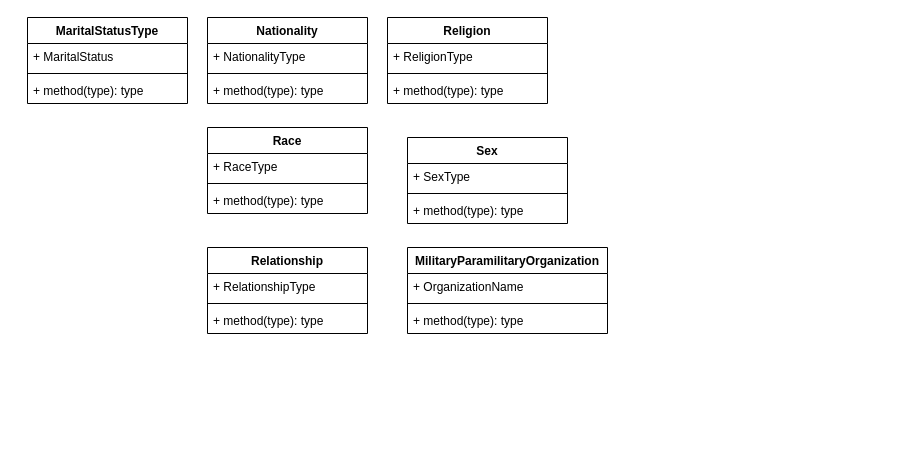
Above: GDFHrmsDesignDocs.drawio in ResearchAndDevelopmentSignal/GDFHRMSDesignDocs (draw.io), before the change. Source tidied: cells renumbered, new cells numbered last; positions are measured from the earlier drawing's top-left corner, leaving out a move shared by most shapes. Both pictures are drawn from the tidied source at 100%, with x=0, y=0 at pixel (27, 17).
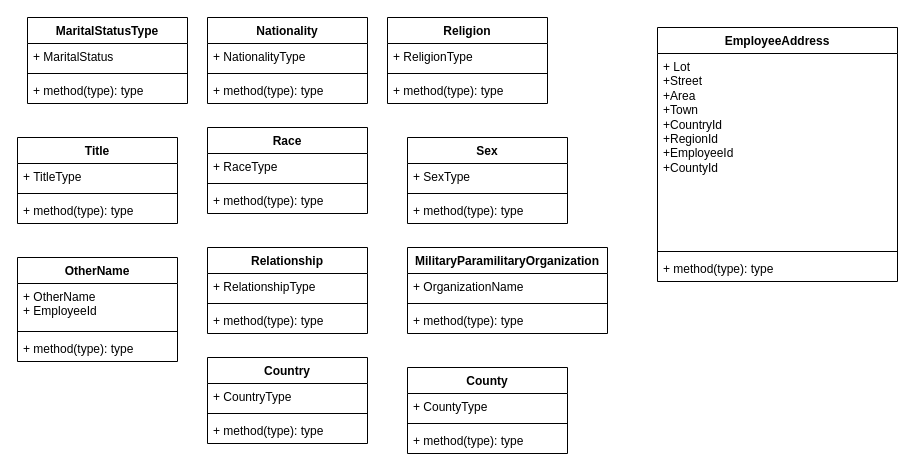
The same page after the edit.

Change to the diagram source:
```diff
@@
+    <mxCell id="30" value="Country" style="swimlane;fontStyle=1;align=center;verticalAlign=top;horizontal=1;startSize=26;whiteSpace=wrap;html=1;" parent="1" vertex="1">
+      <mxGeometry x="180" y="340" width="160" height="86" as="geometry" />
+    </mxCell>
+    <mxCell id="31" value="+ CountryType" style="text;strokeColor=none;fillColor=none;align=left;verticalAlign=top;spacingLeft=4;spacingRight=4;overflow=hidden;whiteSpace=wrap;html=1;" parent="30" vertex="1">
+      <mxGeometry y="26" width="160" height="26" as="geometry" />
+    </mxCell>
+    <mxCell id="32" style="line;strokeWidth=1;fillColor=none;align=left;verticalAlign=middle;spacingTop=-1;spacingLeft=3;spacingRight=3;labelPosition=right;strokeColor=inherit;" parent="30" vertex="1">
+      <mxGeometry y="52" width="160" height="8" as="geometry" />
+    </mxCell>
+    <mxCell id="33" value="+ method(type): type" style="text;strokeColor=none;fillColor=none;align=left;verticalAlign=top;spacingLeft=4;spacingRight=4;overflow=hidden;whiteSpace=wrap;html=1;" parent="30" vertex="1">
+      <mxGeometry y="60" width="160" height="26" as="geometry" />
+    </mxCell>
+    <mxCell id="34" value="Title" style="swimlane;fontStyle=1;align=center;verticalAlign=top;horizontal=1;startSize=26;whiteSpace=wrap;html=1;" parent="1" vertex="1">
+      <mxGeometry x="-10" y="120" width="160" height="86" as="geometry" />
+    </mxCell>
+    <mxCell id="35" value="+ TitleType" style="text;strokeColor=none;fillColor=none;align=left;verticalAlign=top;spacingLeft=4;spacingRight=4;overflow=hidden;whiteSpace=wrap;html=1;" parent="34" vertex="1">
+      <mxGeometry y="26" width="160" height="26" as="geometry" />
+    </mxCell>
+    <mxCell id="36" style="line;strokeWidth=1;fillColor=none;align=left;verticalAlign=middle;spacingTop=-1;spacingLeft=3;spacingRight=3;labelPosition=right;strokeColor=inherit;" parent="34" vertex="1">
+      <mxGeometry y="52" width="160" height="8" as="geometry" />
+    </mxCell>
+    <mxCell id="37" value="+ method(type): type" style="text;strokeColor=none;fillColor=none;align=left;verticalAlign=top;spacingLeft=4;spacingRight=4;overflow=hidden;whiteSpace=wrap;html=1;" parent="34" vertex="1">
+      <mxGeometry y="60" width="160" height="26" as="geometry" />
+    </mxCell>
+    <mxCell id="38" value="OtherName" style="swimlane;fontStyle=1;align=center;verticalAlign=top;horizontal=1;startSize=26;whiteSpace=wrap;html=1;" parent="1" vertex="1">
+      <mxGeometry x="-10" y="240" width="160" height="104" as="geometry" />
+    </mxCell>
+    <mxCell id="39" value="+ OtherName&lt;br&gt;+ EmployeeId" style="text;strokeColor=none;fillColor=none;align=left;verticalAlign=top;spacingLeft=4;spacingRight=4;overflow=hidden;whiteSpace=wrap;html=1;" parent="38" vertex="1">
+      <mxGeometry y="26" width="160" height="44" as="geometry" />
+    </mxCell>
+    <mxCell id="40" style="line;strokeWidth=1;fillColor=none;align=left;verticalAlign=middle;spacingTop=-1;spacingLeft=3;spacingRight=3;labelPosition=right;strokeColor=inherit;" parent="38" vertex="1">
+      <mxGeometry y="70" width="160" height="8" as="geometry" />
+    </mxCell>
+    <mxCell id="41" value="+ method(type): type" style="text;strokeColor=none;fillColor=none;align=left;verticalAlign=top;spacingLeft=4;spacingRight=4;overflow=hidden;whiteSpace=wrap;html=1;" parent="38" vertex="1">
+      <mxGeometry y="78" width="160" height="26" as="geometry" />
+    </mxCell>
+    <mxCell id="42" value="County" style="swimlane;fontStyle=1;align=center;verticalAlign=top;horizontal=1;startSize=26;whiteSpace=wrap;html=1;" parent="1" vertex="1">
+      <mxGeometry x="380" y="350" width="160" height="86" as="geometry" />
+    </mxCell>
+    <mxCell id="43" value="+ CountyType" style="text;strokeColor=none;fillColor=none;align=left;verticalAlign=top;spacingLeft=4;spacingRight=4;overflow=hidden;whiteSpace=wrap;html=1;" parent="42" vertex="1">
+      <mxGeometry y="26" width="160" height="26" as="geometry" />
+    </mxCell>
+    <mxCell id="44" style="line;strokeWidth=1;fillColor=none;align=left;verticalAlign=middle;spacingTop=-1;spacingLeft=3;spacingRight=3;labelPosition=right;strokeColor=inherit;" parent="42" vertex="1">
+      <mxGeometry y="52" width="160" height="8" as="geometry" />
+    </mxCell>
+    <mxCell id="45" value="+ method(type): type" style="text;strokeColor=none;fillColor=none;align=left;verticalAlign=top;spacingLeft=4;spacingRight=4;overflow=hidden;whiteSpace=wrap;html=1;" parent="42" vertex="1">
+      <mxGeometry y="60" width="160" height="26" as="geometry" />
+    </mxCell>
+    <mxCell id="46" value="EmployeeAddress" style="swimlane;fontStyle=1;align=center;verticalAlign=top;horizontal=1;startSize=26;whiteSpace=wrap;html=1;" parent="1" vertex="1">
+      <mxGeometry x="630" y="10" width="240" height="254" as="geometry" />
+    </mxCell>
+    <mxCell id="47" value="+ Lot&lt;br&gt;+Street&lt;br&gt;+Area&lt;br&gt;+Town&lt;br&gt;+CountryId&lt;br&gt;+RegionId&lt;br&gt;+EmployeeId&lt;br&gt;+CountyId" style="text;strokeColor=none;fillColor=none;align=left;verticalAlign=top;spacingLeft=4;spacingRight=4;overflow=hidden;whiteSpace=wrap;html=1;" parent="46" vertex="1">
+      <mxGeometry y="26" width="240" height="194" as="geometry" />
+    </mxCell>
+    <mxCell id="48" style="line;strokeWidth=1;fillColor=none;align=left;verticalAlign=middle;spacingTop=-1;spacingLeft=3;spacingRight=3;labelPosition=right;strokeColor=inherit;" parent="46" vertex="1">
+      <mxGeometry y="220" width="240" height="8" as="geometry" />
+    </mxCell>
+    <mxCell id="49" value="+ method(type): type" style="text;strokeColor=none;fillColor=none;align=left;verticalAlign=top;spacingLeft=4;spacingRight=4;overflow=hidden;whiteSpace=wrap;html=1;" parent="46" vertex="1">
+      <mxGeometry y="228" width="240" height="26" as="geometry" />
+    </mxCell>
```
